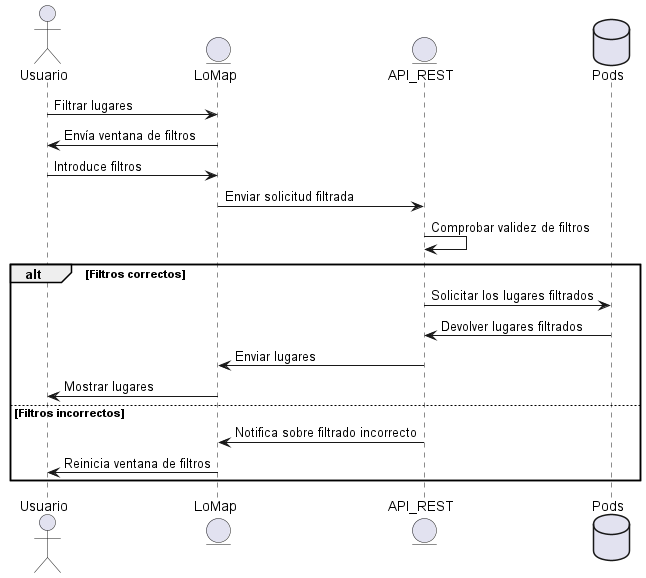
Before: images/Sequence diagram7.png, a diagram exported from PlantUML (Arquisoft/lomap_es3c).
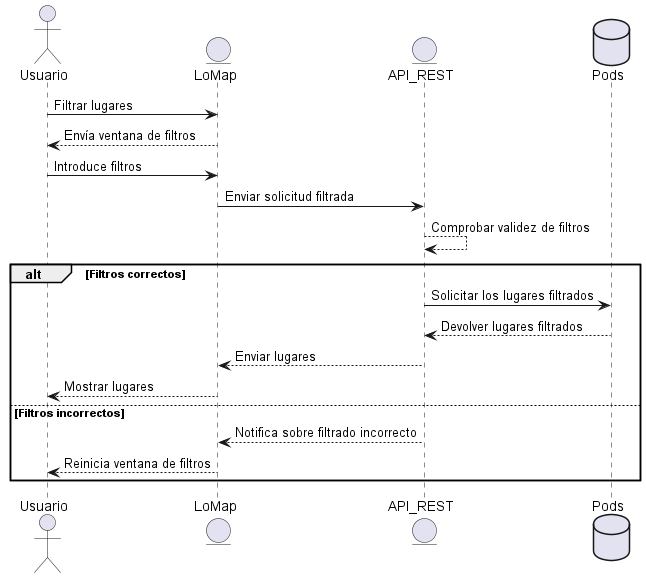
After the commit.

The edit, as a diff of the source:
```diff
@@ -2,19 +2,19 @@
 actor Usuario
 entity LoMap
 Usuario -> LoMap: Filtrar lugares
-LoMap-> Usuario: Envía ventana de filtros
+LoMap--> Usuario: Envía ventana de filtros
 Usuario -> LoMap: Introduce filtros
 entity API_REST
 database Pod as "Pods"
 LoMap-> API_REST: Enviar solicitud filtrada
-API_REST-> API_REST: Comprobar validez de filtros
+API_REST--> API_REST: Comprobar validez de filtros
 alt Filtros correctos
 API_REST-> Pod: Solicitar los lugares filtrados
-Pod-> API_REST: Devolver lugares filtrados
-API_REST-> LoMap: Enviar lugares
-LoMap-> Usuario: Mostrar lugares
+Pod--> API_REST: Devolver lugares filtrados
+API_REST--> LoMap: Enviar lugares
+LoMap--> Usuario: Mostrar lugares
 else Filtros incorrectos
-API_REST -> LoMap: Notifica sobre filtrado incorrecto
-LoMap-> Usuario: Reinicia ventana de filtros
+API_REST --> LoMap: Notifica sobre filtrado incorrecto
+LoMap--> Usuario: Reinicia ventana de filtros
 end
 @enduml
```
